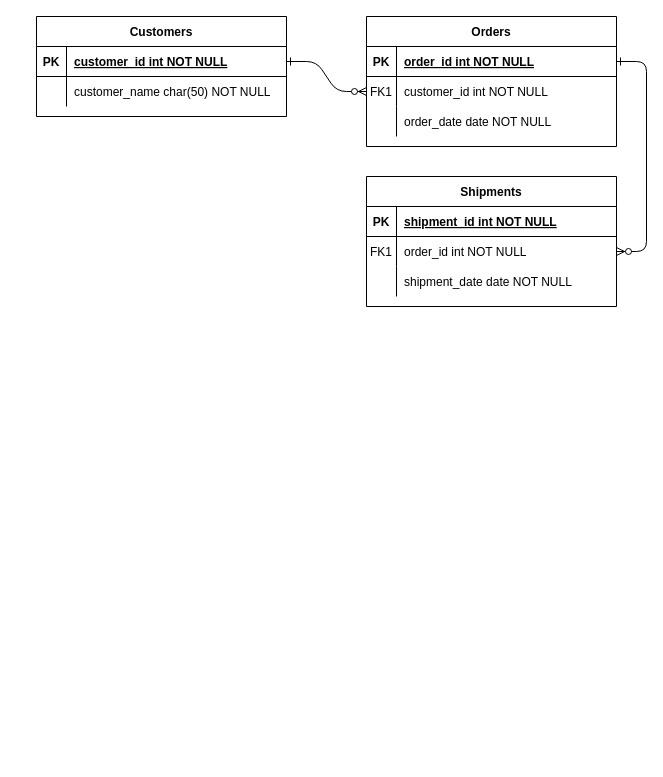
Above: Untitled Diagram.drawio in DanylMatviyenko/codinGame (draw.io), before the change. Source tidied: cells renumbered, new cells numbered last; positions are measured from the earlier drawing's top-left corner, leaving out a move shared by most shapes. Both pictures are drawn from the tidied source at 100%, with x=0, y=0 at pixel (36, 16).
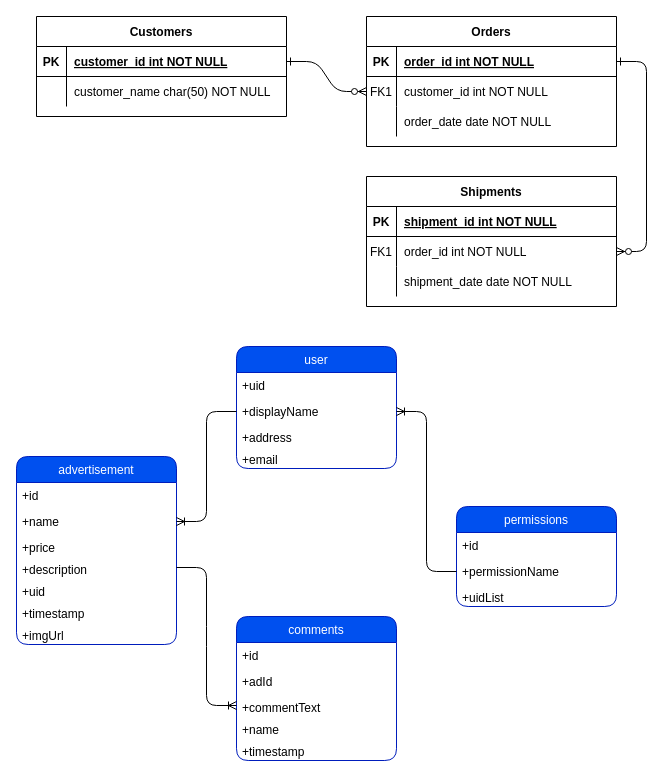
The same page after the edit.

Diff of the diagram source:
```diff
@@
+    <mxCell id="31" value="user" style="swimlane;fontStyle=0;horizontal=1;startSize=26;fillColor=#0050ef;strokeColor=#001DBC;fontColor=#ffffff;border-radius: 3;swimlaneFillColor=none;rounded=1;" parent="1" vertex="1">
+      <mxGeometry x="200" y="330" width="160" height="122" as="geometry" />
+    </mxCell>
+    <mxCell id="32" value="+uid" style="text;strokeColor=none;fillColor=none;align=left;verticalAlign=top;spacingLeft=4;spacingRight=4;overflow=hidden;" parent="31" vertex="1">
+      <mxGeometry y="26" width="160" height="26" as="geometry" />
+    </mxCell>
+    <mxCell id="33" value="+displayName" style="text;strokeColor=none;fillColor=none;align=left;verticalAlign=top;spacingLeft=4;spacingRight=4;overflow=hidden;points=[[0,0.5],[1,0.5]];portConstraint=eastwest;" parent="31" vertex="1">
+      <mxGeometry y="52" width="160" height="26" as="geometry" />
+    </mxCell>
+    <mxCell id="34" value="+address" style="text;strokeColor=none;fillColor=none;align=left;verticalAlign=top;spacingLeft=4;spacingRight=4;overflow=hidden;imageWidth=24;imageHeight=27;" parent="31" vertex="1">
+      <mxGeometry y="78" width="160" height="22" as="geometry" />
+    </mxCell>
+    <mxCell id="35" value="+email" style="text;strokeColor=none;fillColor=none;align=left;verticalAlign=top;spacingLeft=4;spacingRight=4;overflow=hidden;imageWidth=24;imageHeight=27;" parent="31" vertex="1">
+      <mxGeometry y="100" width="160" height="22" as="geometry" />
+    </mxCell>
+    <mxCell id="36" value="comments" style="swimlane;fontStyle=0;horizontal=1;startSize=26;fillColor=#0050ef;strokeColor=#001DBC;fontColor=#ffffff;border-radius: 3;swimlaneFillColor=none;rounded=1;" parent="1" vertex="1">
+      <mxGeometry x="200" y="600" width="160" height="144" as="geometry" />
+    </mxCell>
+    <mxCell id="37" value="+id" style="text;strokeColor=none;fillColor=none;align=left;verticalAlign=top;spacingLeft=4;spacingRight=4;overflow=hidden;" parent="36" vertex="1">
+      <mxGeometry y="26" width="160" height="26" as="geometry" />
+    </mxCell>
+    <mxCell id="38" value="+adId" style="text;strokeColor=none;fillColor=none;align=left;verticalAlign=top;spacingLeft=4;spacingRight=4;overflow=hidden;" parent="36" vertex="1">
+      <mxGeometry y="52" width="160" height="26" as="geometry" />
+    </mxCell>
+    <mxCell id="39" value="+commentText" style="text;strokeColor=none;fillColor=none;align=left;verticalAlign=top;spacingLeft=4;spacingRight=4;overflow=hidden;points=[[0,0.5],[1,0.5]];portConstraint=eastwest;imageWidth=24;imageHeight=27;" parent="36" vertex="1">
+      <mxGeometry y="78" width="160" height="22" as="geometry" />
+    </mxCell>
+    <mxCell id="40" value="+name" style="text;strokeColor=none;fillColor=none;align=left;verticalAlign=top;spacingLeft=4;spacingRight=4;overflow=hidden;imageWidth=24;imageHeight=27;" parent="36" vertex="1">
+      <mxGeometry y="100" width="160" height="22" as="geometry" />
+    </mxCell>
+    <mxCell id="41" value="+timestamp" style="text;strokeColor=none;fillColor=none;align=left;verticalAlign=top;spacingLeft=4;spacingRight=4;overflow=hidden;imageWidth=24;imageHeight=27;" parent="36" vertex="1">
+      <mxGeometry y="122" width="160" height="22" as="geometry" />
+    </mxCell>
+    <mxCell id="42" value="permissions" style="swimlane;fontStyle=0;horizontal=1;startSize=26;fillColor=#0050ef;strokeColor=#001DBC;fontColor=#ffffff;border-radius: 3;swimlaneFillColor=none;rounded=1;" parent="1" vertex="1">
+      <mxGeometry x="420" y="490" width="160" height="100" as="geometry" />
+    </mxCell>
+    <mxCell id="43" value="+id" style="text;strokeColor=none;fillColor=none;align=left;verticalAlign=top;spacingLeft=4;spacingRight=4;overflow=hidden;" parent="42" vertex="1">
+      <mxGeometry y="26" width="160" height="26" as="geometry" />
+    </mxCell>
+    <mxCell id="44" value="+permissionName" style="text;strokeColor=none;fillColor=none;align=left;verticalAlign=top;spacingLeft=4;spacingRight=4;overflow=hidden;points=[[0,0.5],[1,0.5]];portConstraint=eastwest;" parent="42" vertex="1">
+      <mxGeometry y="52" width="160" height="26" as="geometry" />
+    </mxCell>
+    <mxCell id="45" value="+uidList" style="text;strokeColor=none;fillColor=none;align=left;verticalAlign=top;spacingLeft=4;spacingRight=4;overflow=hidden;imageWidth=24;imageHeight=27;" parent="42" vertex="1">
+      <mxGeometry y="78" width="160" height="22" as="geometry" />
+    </mxCell>
+    <mxCell id="46" value="advertisement" style="swimlane;fontStyle=0;horizontal=1;startSize=26;fillColor=#0050ef;strokeColor=#001DBC;fontColor=#ffffff;border-radius: 3;swimlaneFillColor=none;rounded=1;" parent="1" vertex="1">
+      <mxGeometry x="-20" y="440" width="160" height="188" as="geometry" />
+    </mxCell>
+    <mxCell id="47" value="+id" style="text;strokeColor=none;fillColor=none;align=left;verticalAlign=top;spacingLeft=4;spacingRight=4;overflow=hidden;" parent="46" vertex="1">
+      <mxGeometry y="26" width="160" height="26" as="geometry" />
+    </mxCell>
+    <mxCell id="48" value="+name" style="text;strokeColor=none;fillColor=none;align=left;verticalAlign=top;spacingLeft=4;spacingRight=4;overflow=hidden;points=[[0,0.5],[1,0.5]];portConstraint=eastwest;" parent="46" vertex="1">
+      <mxGeometry y="52" width="160" height="26" as="geometry" />
+    </mxCell>
+    <mxCell id="49" value="+price" style="text;strokeColor=none;fillColor=none;align=left;verticalAlign=top;spacingLeft=4;spacingRight=4;overflow=hidden;imageWidth=24;imageHeight=27;" parent="46" vertex="1">
+      <mxGeometry y="78" width="160" height="22" as="geometry" />
+    </mxCell>
+    <mxCell id="50" value="+description" style="text;strokeColor=none;fillColor=none;align=left;verticalAlign=top;spacingLeft=4;spacingRight=4;overflow=hidden;points=[[0,0.5],[1,0.5]];portConstraint=eastwest;imageWidth=24;imageHeight=27;" parent="46" vertex="1">
+      <mxGeometry y="100" width="160" height="22" as="geometry" />
+    </mxCell>
+    <mxCell id="51" value="+uid" style="text;strokeColor=none;fillColor=none;align=left;verticalAlign=top;spacingLeft=4;spacingRight=4;overflow=hidden;imageWidth=24;imageHeight=27;" parent="46" vertex="1">
+      <mxGeometry y="122" width="160" height="22" as="geometry" />
+    </mxCell>
+    <mxCell id="52" value="+timestamp" style="text;strokeColor=none;fillColor=none;align=left;verticalAlign=top;spacingLeft=4;spacingRight=4;overflow=hidden;imageWidth=24;imageHeight=27;" parent="46" vertex="1">
+      <mxGeometry y="144" width="160" height="22" as="geometry" />
+    </mxCell>
+    <mxCell id="53" value="+imgUrl" style="text;strokeColor=none;fillColor=none;align=left;verticalAlign=top;spacingLeft=4;spacingRight=4;overflow=hidden;imageWidth=24;imageHeight=27;" parent="46" vertex="1">
+      <mxGeometry y="166" width="160" height="22" as="geometry" />
+    </mxCell>
+    <mxCell id="54" style="edgeStyle=entityRelationEdgeStyle;fontSize=12;html=1;endArrow=ERoneToMany;entryX=0;entryY=0.5;entryDx=0;entryDy=0;exitX=1;exitY=0.5;exitDx=0;exitDy=0;" parent="1" edge="1" source="50" target="39">
+      <mxGeometry relative="1" as="geometry" />
+    </mxCell>
+    <mxCell id="55" style="edgeStyle=entityRelationEdgeStyle;fontSize=12;html=1;endArrow=ERoneToMany;exitX=0;exitY=0.5;exitDx=0;exitDy=0;entryX=1;entryY=0.5;entryDx=0;entryDy=0;" parent="1" edge="1" source="44" target="33">
+      <mxGeometry relative="1" as="geometry" />
+    </mxCell>
+    <mxCell id="56" style="edgeStyle=entityRelationEdgeStyle;fontSize=12;html=1;endArrow=ERoneToMany;exitX=0;exitY=0.5;exitDx=0;exitDy=0;entryX=1;entryY=0.5;entryDx=0;entryDy=0;" parent="1" edge="1" source="33" target="48">
+      <mxGeometry relative="1" as="geometry" />
+    </mxCell>
```
